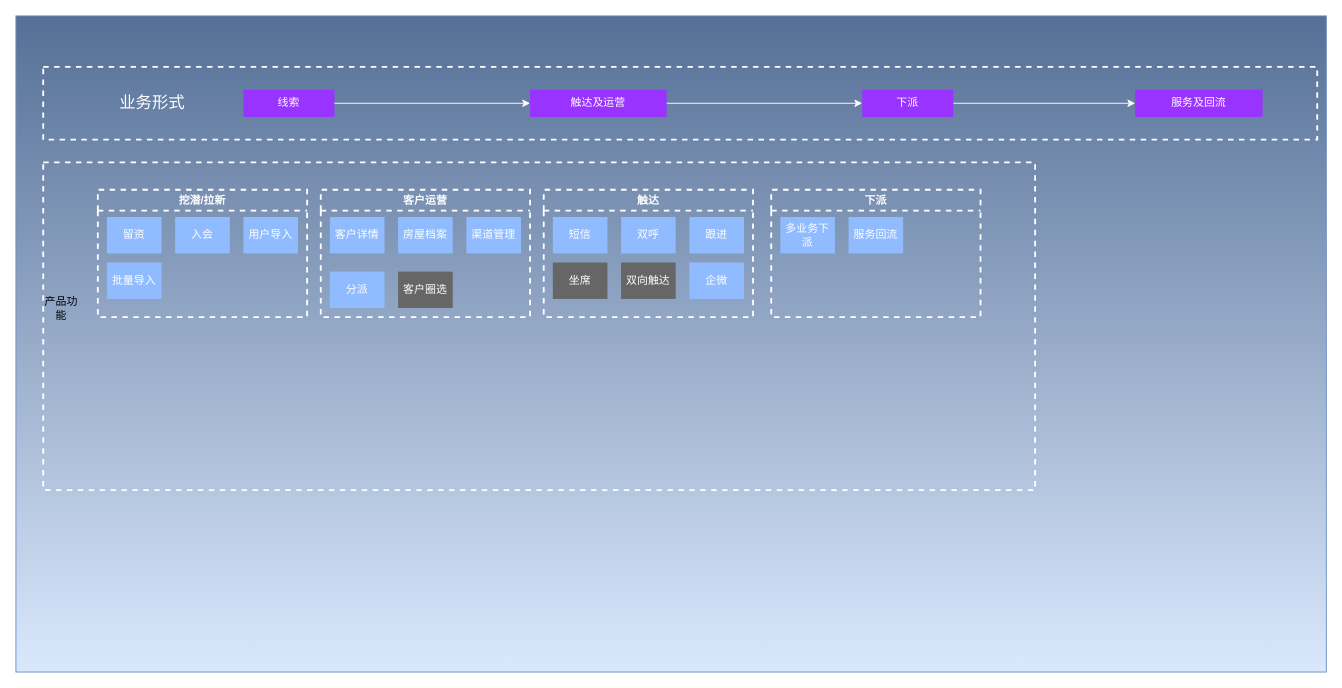
The draw.io diagram 业务大图.drawio in tunshiyu/tunshiyu, before the edit. Source tidied: cells renumbered, new cells numbered last; positions are measured from the earlier drawing's top-left corner, leaving out a move shared by most shapes. Both pictures are drawn from the tidied source at 91%, with x=0, y=0 at pixel (15, 15).
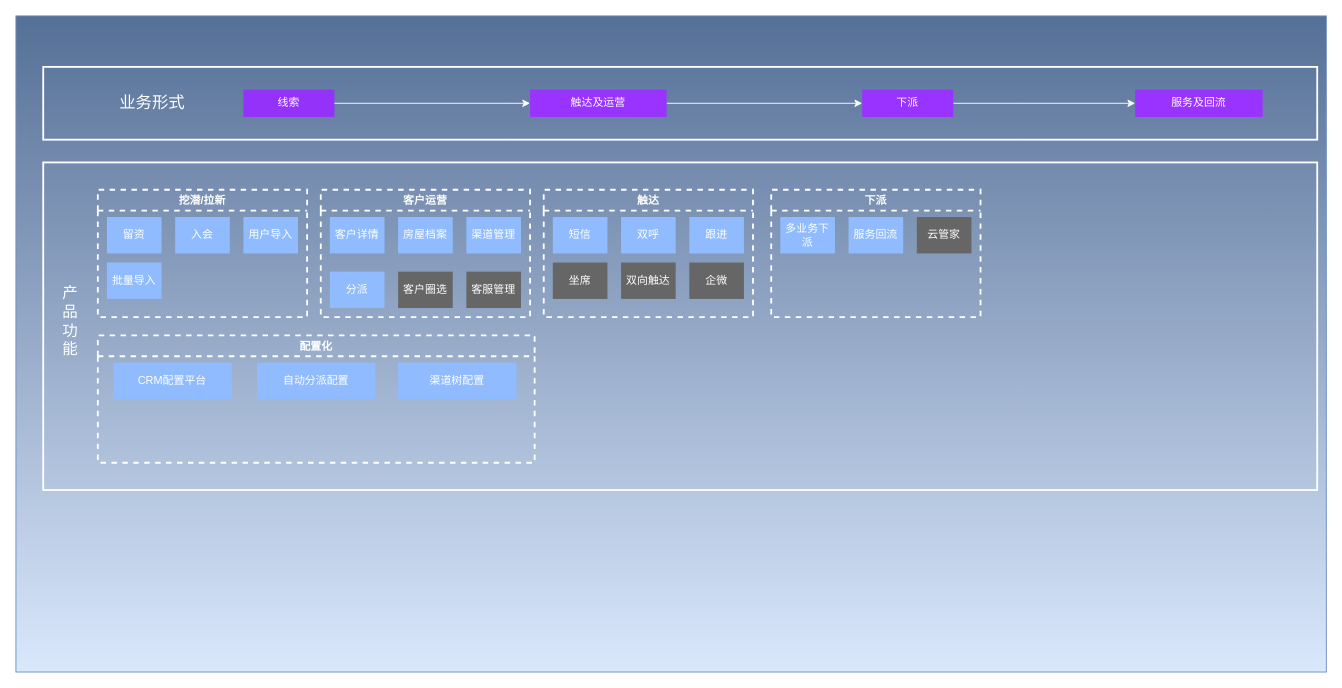
The same page after the edit.

Commit message:
更新业务大图.drawio

Unchanged cells that the change refers to:
```xml
<mxCell id="19" value="客户运营" style="swimlane;dashed=1;strokeColor=#FFFFFF;strokeWidth=2;fillColor=none;gradientColor=#ffffff;gradientDirection=north;fontColor=#FFFFFF;" parent="1" vertex="1">
  <mxGeometry x="335" y="191" width="230" height="140" as="geometry" />
</mxCell>
<mxCell id="25" value="下派" style="swimlane;dashed=1;strokeColor=#FFFFFF;strokeWidth=2;fillColor=none;gradientColor=#ffffff;gradientDirection=north;fontColor=#FFFFFF;" parent="1" vertex="1">
  <mxGeometry x="830" y="191" width="230" height="140" as="geometry" />
</mxCell>
```

Change to the diagram source:
```diff
@@
-    <mxCell id="3" style="rounded=0;whiteSpace=wrap;html=1;dashed=1;strokeColor=#FFFFFF;fillColor=none;strokeWidth=2;" parent="1" vertex="1">
+    <mxCell id="3" style="rounded=0;whiteSpace=wrap;html=1;strokeColor=#FFFFFF;fillColor=none;strokeWidth=2;" parent="1" vertex="1">
       <mxGeometry x="30" y="56" width="1400" height="80" as="geometry" />
     </mxCell>
@@
-    <mxCell id="5" style="rounded=0;whiteSpace=wrap;html=1;dashed=1;strokeWidth=2;gradientDirection=north;fillColor=none;strokeColor=#FFFFFF;" parent="1" vertex="1">
-      <mxGeometry x="30" y="161" width="1090" height="360" as="geometry" />
+    <mxCell id="5" style="rounded=0;whiteSpace=wrap;html=1;strokeWidth=2;gradientDirection=north;fillColor=none;strokeColor=#FFFFFF;" parent="1" vertex="1">
+      <mxGeometry x="30" y="161" width="1400" height="360" as="geometry" />
     </mxCell>
-    <mxCell id="6" value="&lt;font color=&quot;#ffffff&quot;&gt;线索&lt;/font&gt;" style="rounded=0;whiteSpace=wrap;html=1;dashed=1;strokeColor=none;strokeWidth=2;fillColor=#9933FF;" parent="1" vertex="1">
+    <mxCell id="6" value="&lt;font color=&quot;#ffffff&quot;&gt;线索&lt;/font&gt;" style="rounded=0;whiteSpace=wrap;html=1;dashed=1;strokeColor=none;strokeWidth=2;fillColor=#9532FA;" parent="1" vertex="1">
       <mxGeometry x="250" y="81" width="100" height="30" as="geometry" />
     </mxCell>
@@
-    <mxCell id="13" value="产品功能" style="text;html=1;strokeColor=none;fillColor=none;align=center;verticalAlign=middle;whiteSpace=wrap;rounded=0;dashed=1;" parent="1" vertex="1">
-      <mxGeometry x="30" y="311" width="40" height="20" as="geometry" />
+    <mxCell id="13" value="&lt;font color=&quot;#ffffff&quot; style=&quot;font-size: 17px&quot;&gt;产品功能&lt;/font&gt;" style="text;html=1;strokeColor=none;fillColor=none;align=center;verticalAlign=middle;whiteSpace=wrap;rounded=0;dashed=1;" parent="1" vertex="1">
+      <mxGeometry x="50" y="291" width="20" height="90" as="geometry" />
     </mxCell>
@@
+    <mxCell id="35" value="客服管理" style="rounded=0;whiteSpace=wrap;html=1;dashed=1;strokeColor=none;strokeWidth=2;fillColor=#666666;gradientDirection=north;fontColor=#FFFFFF;" parent="19" vertex="1">
+      <mxGeometry x="160" y="90" width="60" height="40" as="geometry" />
+    </mxCell>
@@
+    <mxCell id="36" value="云管家" style="rounded=0;whiteSpace=wrap;html=1;dashed=1;strokeColor=none;strokeWidth=2;fillColor=#666666;gradientDirection=north;fontColor=#FFFFFF;" parent="25" vertex="1">
+      <mxGeometry x="160" y="30" width="60" height="40" as="geometry" />
+    </mxCell>
@@
-    <mxCell id="33" value="企微" style="rounded=0;whiteSpace=wrap;html=1;dashed=1;strokeColor=none;strokeWidth=2;fillColor=#90BCFF;gradientDirection=north;fontColor=#FFFFFF;" parent="1" vertex="1">
+    <mxCell id="33" value="企微" style="rounded=0;whiteSpace=wrap;html=1;dashed=1;strokeColor=none;strokeWidth=2;fillColor=#666666;gradientDirection=north;fontColor=#FFFFFF;" parent="1" vertex="1">
       <mxGeometry x="740" y="271" width="60" height="40" as="geometry" />
     </mxCell>
@@
+    <mxCell id="37" value="配置化" style="swimlane;dashed=1;strokeColor=#FFFFFF;strokeWidth=2;fillColor=none;gradientColor=#ffffff;gradientDirection=north;fontColor=#FFFFFF;" parent="1" vertex="1">
+      <mxGeometry x="90" y="351" width="480" height="140" as="geometry" />
+    </mxCell>
+    <mxCell id="38" value="CRM配置平台" style="rounded=0;whiteSpace=wrap;html=1;dashed=1;strokeColor=none;strokeWidth=2;fillColor=#90BCFF;gradientDirection=north;fontColor=#FFFFFF;" parent="37" vertex="1">
+      <mxGeometry x="17" y="30" width="130" height="40" as="geometry" />
+    </mxCell>
+    <mxCell id="39" value="自动分派配置" style="rounded=0;whiteSpace=wrap;html=1;dashed=1;strokeColor=none;strokeWidth=2;fillColor=#90BCFF;gradientDirection=north;fontColor=#FFFFFF;" parent="37" vertex="1">
+      <mxGeometry x="175" y="30" width="130" height="40" as="geometry" />
+    </mxCell>
+    <mxCell id="40" value="渠道树配置" style="rounded=0;whiteSpace=wrap;html=1;dashed=1;strokeColor=none;strokeWidth=2;fillColor=#90BCFF;gradientDirection=north;fontColor=#FFFFFF;" parent="1" vertex="1">
+      <mxGeometry x="420" y="381" width="130" height="40" as="geometry" />
+    </mxCell>
```
